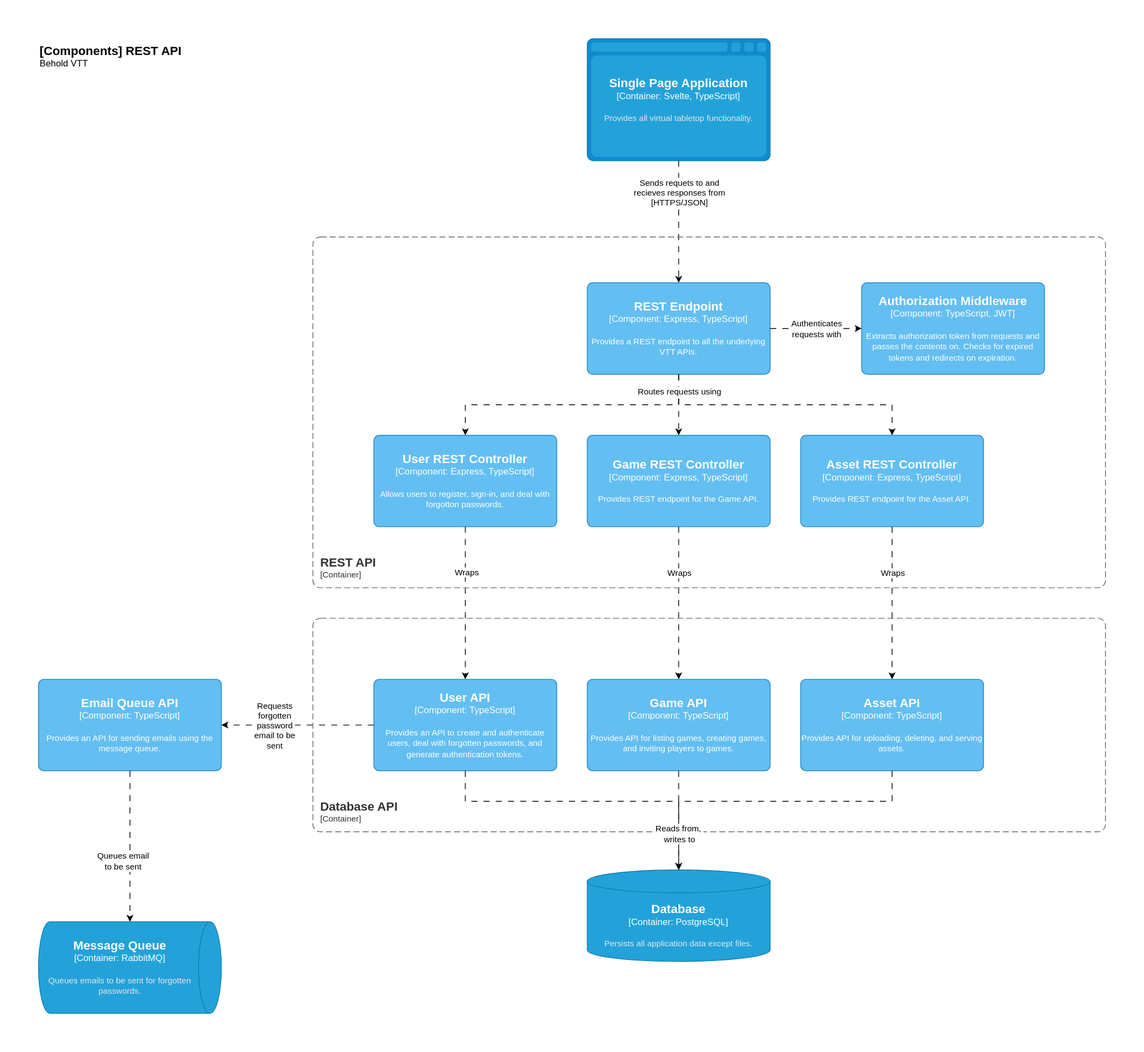
The draw.io diagram doc/images/c4-components-rest.drawio.svg in freeborough/behold, before a commit. Source tidied: cells renumbered, new cells last; positions are measured from the earlier drawing's top-left corner, leaving out a move shared by most shapes.
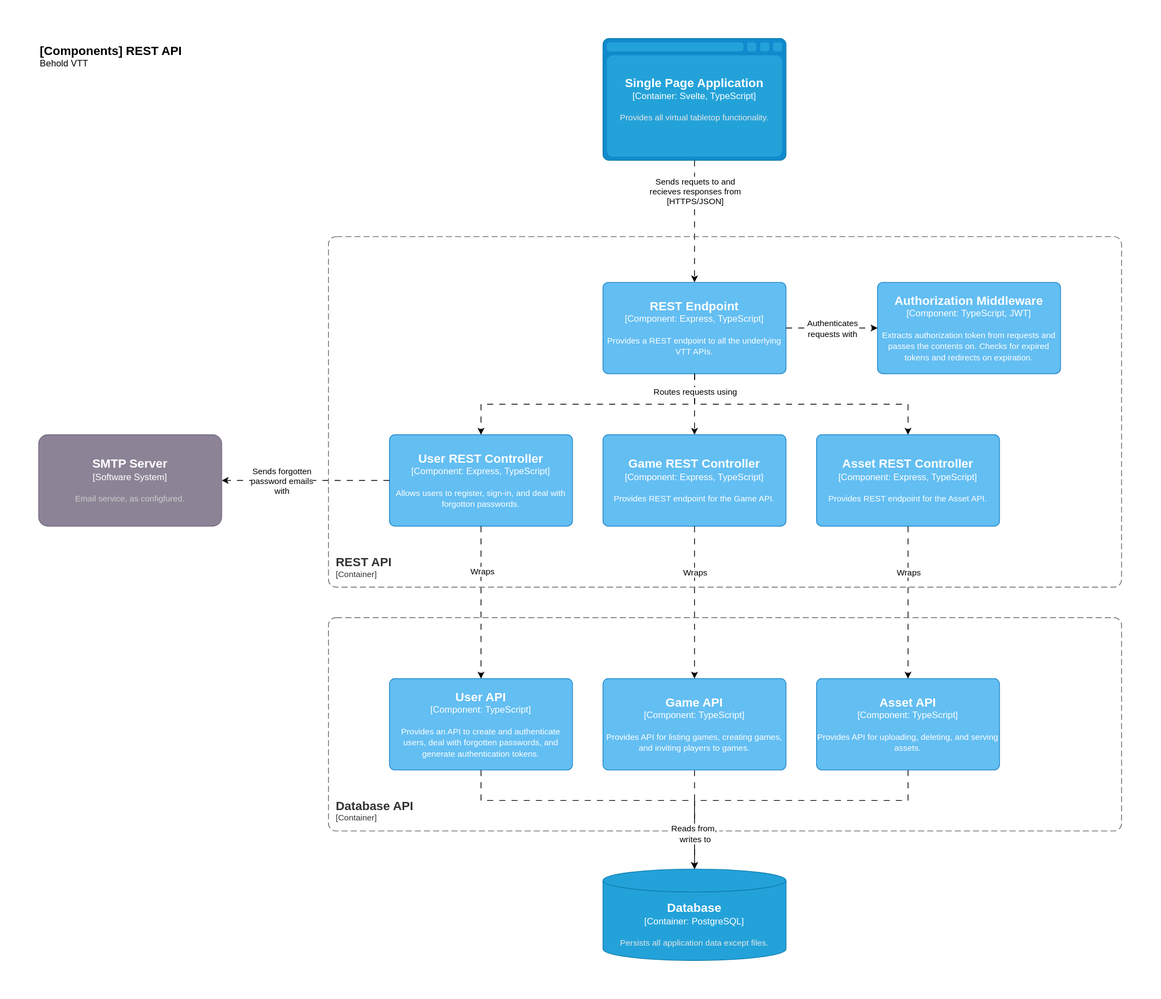
The same file after the commit.

Commit message:
Removed the email Message Queue and Worker from the design.

Diff of the diagram source:
```diff
@@ -4,7 +4,7 @@
     <mxCell id="1" parent="0" />
     <object id="2" label="&lt;font style=&quot;font-size: 16px&quot;&gt;&lt;b&gt;&lt;div style=&quot;text-align: left&quot;&gt;%c4Name%&lt;/div&gt;&lt;/b&gt;&lt;/font&gt;&lt;div style=&quot;text-align: left&quot;&gt;%c4Description%&lt;/div&gt;" c4Description="Behold VTT" c4Name="[Components] REST API" c4Type="ContainerDiagramTitle" placeholders="1">
       <mxCell style="text;html=1;strokeColor=none;fillColor=none;align=left;verticalAlign=top;whiteSpace=wrap;rounded=0;" parent="1" vertex="1">
-        <mxGeometry width="260" height="40" as="geometry" />
+        <mxGeometry x="-20" width="260" height="40" as="geometry" />
       </mxCell>
     </object>
     <object id="3" label="&lt;font style=&quot;font-size: 16px&quot;&gt;&lt;b&gt;%c4Name%&lt;/b&gt;&lt;/font&gt;&lt;div&gt;[%c4Type%:&amp;nbsp;%c4Technology%]&lt;/div&gt;&lt;br&gt;&lt;div&gt;&lt;font style=&quot;font-size: 11px&quot;&gt;&lt;font color=&quot;#E6E6E6&quot;&gt;%c4Description%&lt;/font&gt;&lt;/div&gt;" c4Description="Provides all virtual tabletop functionality." c4Name="Single Page Application" c4Technology="Svelte, TypeScript" c4Type="Container" placeholders="1">
@@ -61,32 +61,14 @@
         <mxPoint y="-31" as="offset" />
       </mxGeometry>
     </mxCell>
-    <object id="15" label="&lt;font style=&quot;font-size: 16px&quot;&gt;&lt;b&gt;%c4Name%&lt;/b&gt;&lt;/font&gt;&lt;div&gt;[%c4Type%:&amp;nbsp;%c4Technology%]&lt;/div&gt;&lt;br&gt;&lt;div&gt;&lt;font style=&quot;font-size: 11px&quot;&gt;&lt;font color=&quot;#E6E6E6&quot;&gt;%c4Description%&lt;/font&gt;&lt;/div&gt;" c4Description="Queues emails to be sent for forgotten passwords." c4Name="Message Queue" c4Technology="RabbitMQ" c4Type="Container" placeholders="1">
-      <mxCell style="shape=cylinder3;size=15;direction=south;whiteSpace=wrap;html=1;boundedLbl=1;rounded=0;labelBackgroundColor=none;fillColor=#23A2D9;fontSize=12;fontColor=#ffffff;align=center;strokeColor=#0E7DAD;points=[[0.5,0,0],[1,0.25,0],[1,0.5,0],[1,0.75,0],[0.5,1,0],[0,0.75,0],[0,0.5,0],[0,0.25,0]];" parent="1" vertex="1">
-        <mxGeometry y="1158" width="240" height="120" as="geometry" />
-      </mxCell>
-    </object>
-    <object id="16" label="&lt;font style=&quot;font-size: 16px&quot;&gt;&lt;b&gt;%c4Name%&lt;/b&gt;&lt;/font&gt;&lt;div&gt;[%c4Type%: %c4Technology%]&lt;/div&gt;&lt;br&gt;&lt;div&gt;&lt;font style=&quot;font-size: 11px&quot;&gt;%c4Description%&lt;/font&gt;&lt;/div&gt;" c4Description="Provides an API for sending emails using the message queue." c4Name="Email Queue API" c4Technology="TypeScript" c4Type="Component" placeholders="1">
-      <mxCell style="rounded=1;whiteSpace=wrap;html=1;labelBackgroundColor=none;fillColor=#63BEF2;fontColor=#ffffff;align=center;arcSize=6;strokeColor=#2086C9;points=[[0.25,0,0],[0.5,0,0],[0.75,0,0],[1,0.25,0],[1,0.5,0],[1,0.75,0],[0.75,1,0],[0.5,1,0],[0.25,1,0],[0,0.75,0],[0,0.5,0],[0,0.25,0]];" parent="1" vertex="1">
-        <mxGeometry y="840" width="240" height="120" as="geometry" />
-      </mxCell>
-    </object>
-    <mxCell id="17" style="edgeStyle=orthogonalEdgeStyle;rounded=0;jettySize=auto;html=1;entryX=1;entryY=0.5;entryDx=0;entryDy=0;entryPerimeter=0;dashed=1;dashPattern=8 8;" parent="1" edge="1" source="5" target="16">
+    <mxCell id="17" style="edgeStyle=orthogonalEdgeStyle;rounded=0;jettySize=auto;html=1;dashed=1;dashPattern=8 8;exitX=0;exitY=0.5;exitDx=0;exitDy=0;exitPerimeter=0;entryX=1;entryY=0.5;entryDx=0;entryDy=0;entryPerimeter=0;" parent="1" edge="1" source="4" target="39">
       <mxGeometry relative="1" as="geometry" />
     </mxCell>
-    <mxCell id="18" value="Requests&lt;br&gt;forgotten&lt;br&gt;password&lt;br&gt;email to be&lt;br&gt;sent" style="edgeLabel;html=1;align=center;verticalAlign=middle;" parent="17" vertex="1">
+    <mxCell id="18" value="Sends forgotten&lt;br&gt;password emails&lt;br&gt;with" style="edgeLabel;html=1;align=center;verticalAlign=middle;" parent="17" vertex="1">
       <mxGeometry x="0.02" y="2" relative="1" as="geometry">
         <mxPoint x="-29" y="-2" as="offset" />
       </mxGeometry>
     </mxCell>
-    <mxCell id="19" style="edgeStyle=orthogonalEdgeStyle;rounded=0;jettySize=auto;html=1;exitX=0.5;exitY=1;exitDx=0;exitDy=0;exitPerimeter=0;entryX=0;entryY=0.5;entryDx=0;entryDy=0;entryPerimeter=0;dashed=1;dashPattern=8 8;" parent="1" edge="1" source="16" target="15">
-      <mxGeometry relative="1" as="geometry" />
-    </mxCell>
-    <mxCell id="20" value="Queues email&lt;br&gt;to be sent" style="edgeLabel;html=1;align=center;verticalAlign=middle;" parent="19" vertex="1">
-      <mxGeometry x="-0.13" y="2" relative="1" as="geometry">
-        <mxPoint x="-12" y="32" as="offset" />
-      </mxGeometry>
-    </mxCell>
     <object id="21" label="&lt;font style=&quot;font-size: 16px&quot;&gt;&lt;b&gt;%c4Name%&lt;/b&gt;&lt;/font&gt;&lt;div&gt;[%c4Type%: %c4Technology%]&lt;/div&gt;&lt;br&gt;&lt;div&gt;&lt;font style=&quot;font-size: 11px&quot;&gt;%c4Description%&lt;/font&gt;&lt;/div&gt;" c4Description="Provides REST endpoint for the Asset API." c4Name="Asset REST Controller" c4Technology="Express, TypeScript" c4Type="Component" placeholders="1">
       <mxCell style="rounded=1;whiteSpace=wrap;html=1;labelBackgroundColor=none;fillColor=#63BEF2;fontColor=#ffffff;align=center;arcSize=6;strokeColor=#2086C9;points=[[0.25,0,0],[0.5,0,0],[0.75,0,0],[1,0.25,0],[1,0.5,0],[1,0.75,0],[0.75,1,0],[0.5,1,0],[0.25,1,0],[0,0.75,0],[0,0.5,0],[0,0.25,0]];" parent="1" vertex="1">
         <mxGeometry x="1000" y="520" width="240" height="120" as="geometry" />
@@ -175,5 +157,10 @@
     <mxCell id="38" value="Reads from,&amp;nbsp;&lt;br&gt;writes to" style="edgeLabel;html=1;align=center;verticalAlign=middle;" parent="37" vertex="1">
       <mxGeometry x="0.77" relative="1" as="geometry" />
     </mxCell>
+    <object id="39" label="&lt;font style=&quot;font-size: 16px&quot;&gt;&lt;b&gt;%c4Name%&lt;/b&gt;&lt;/font&gt;&lt;div&gt;[%c4Type%]&lt;/div&gt;&lt;br&gt;&lt;div&gt;&lt;font style=&quot;font-size: 11px&quot;&gt;&lt;font color=&quot;#cccccc&quot;&gt;%c4Description%&lt;/font&gt;&lt;/div&gt;" c4Description="Email service, as configfured." c4Name="SMTP Server" c4Type="Software System" placeholders="1">
+      <mxCell style="rounded=1;whiteSpace=wrap;html=1;labelBackgroundColor=none;fillColor=#8C8496;fontColor=#ffffff;align=center;arcSize=10;strokeColor=#736782;points=[[0.25,0,0],[0.5,0,0],[0.75,0,0],[1,0.25,0],[1,0.5,0],[1,0.75,0],[0.75,1,0],[0.5,1,0],[0.25,1,0],[0,0.75,0],[0,0.5,0],[0,0.25,0]];" parent="1" vertex="1">
+        <mxGeometry x="-20" y="520" width="240" height="120" as="geometry" />
+      </mxCell>
+    </object>
   </root>
 </mxGraphModel>
```
